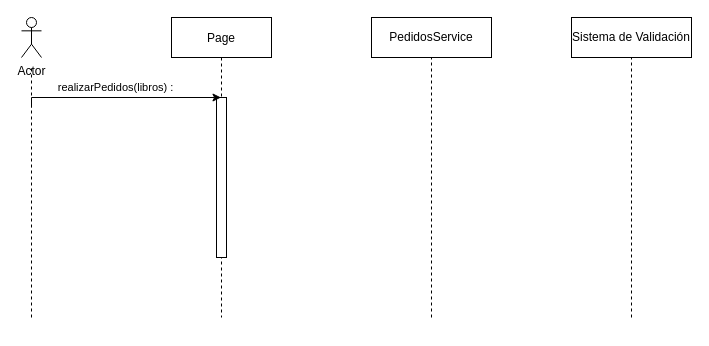
NicoJimenez123/tareas keeps this draw.io diagram as Diagrama sin título.drawio. Above is the earlier version. Source tidied: cells renumbered, new cells numbered last; positions are measured from the earlier drawing's top-left corner, leaving out a move shared by most shapes. Both pictures are drawn from the tidied source at 100%, with x=0, y=0 at pixel (21, 17).
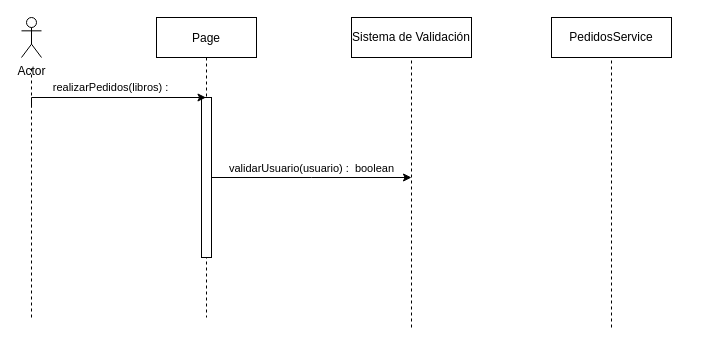
Above is the later version.

Diff of the diagram source:
```diff
@@
 <mxGraphModel>
   <root>
     <mxCell id="0" />
     <mxCell id="1" parent="0" />
     <mxCell id="2" value="Page" style="shape=umlLifeline;perimeter=lifelinePerimeter;rounded=0;shadow=0;strokeWidth=1;" parent="1" vertex="1">
-      <mxGeometry x="150" width="100" height="300" as="geometry" />
+      <mxGeometry x="135" width="100" height="300" as="geometry" />
     </mxCell>
     <mxCell id="3" style="points=[];perimeter=orthogonalPerimeter;rounded=0;shadow=0;strokeWidth=1;" parent="2" vertex="1">
       <mxGeometry x="45" y="80" width="10" height="160" as="geometry" />
     </mxCell>
     <mxCell id="4" value="PedidosService" style="whiteSpace=wrap;html=1;" parent="1" vertex="1">
-      <mxGeometry x="350" width="120" height="40" as="geometry" />
+      <mxGeometry x="530" width="120" height="40" as="geometry" />
     </mxCell>
     <mxCell id="5" style="edgeStyle=orthogonalEdgeStyle;rounded=0;jettySize=auto;html=1;" parent="1" edge="1" target="2">
       <mxGeometry relative="1" as="geometry">
         <mxPoint x="10" y="90" as="sourcePoint" />
         <Array as="points">
           <mxPoint x="10" y="80" />
         </Array>
       </mxGeometry>
     </mxCell>
     <mxCell id="6" value="&lt;div&gt;realizarPedidos(libros) :&lt;/div&gt;" style="edgeLabel;html=1;align=center;verticalAlign=middle;" parent="5" vertex="1">
       <mxGeometry x="-0.37" relative="1" as="geometry">
         <mxPoint x="30" y="-11" as="offset" />
       </mxGeometry>
     </mxCell>
     <mxCell id="7" value="Sistema de Validación" style="whiteSpace=wrap;html=1;" parent="1" vertex="1">
-      <mxGeometry x="550" width="120" height="40" as="geometry" />
+      <mxGeometry x="330" width="120" height="40" as="geometry" />
     </mxCell>
     <mxCell id="8" style="endArrow=none;dashed=1;html=1;rounded=0;entryX=0.5;entryY=1;entryDx=0;entryDy=0;" parent="1" edge="1" target="4">
       <mxGeometry relative="1" as="geometry">
-        <mxPoint x="410" y="300" as="sourcePoint" />
+        <mxPoint x="590" y="310" as="sourcePoint" />
       </mxGeometry>
     </mxCell>
     <mxCell id="9" style="endArrow=none;dashed=1;html=1;rounded=0;entryX=0.5;entryY=1;entryDx=0;entryDy=0;" parent="1" edge="1" target="7">
       <mxGeometry relative="1" as="geometry">
-        <mxPoint x="610" y="300" as="sourcePoint" />
+        <mxPoint x="390" y="310" as="sourcePoint" />
       </mxGeometry>
     </mxCell>
     <mxCell id="10" value="Actor" style="shape=umlActor;verticalLabelPosition=bottom;verticalAlign=top;html=1;" parent="1" vertex="1">
       <mxGeometry width="20" height="40" as="geometry" />
     </mxCell>
     <mxCell id="11" style="endArrow=none;dashed=1;html=1;rounded=0;" parent="1" edge="1">
       <mxGeometry relative="1" as="geometry">
         <mxPoint x="10" y="300" as="sourcePoint" />
         <mxPoint x="10" y="50" as="targetPoint" />
       </mxGeometry>
     </mxCell>
+    <mxCell id="12" style="edgeStyle=orthogonalEdgeStyle;rounded=0;jettySize=auto;html=1;" parent="1" edge="1" source="3">
+      <mxGeometry relative="1" as="geometry">
+        <mxPoint x="390" y="160" as="targetPoint" />
+      </mxGeometry>
+    </mxCell>
+    <mxCell id="13" value="validarUsuario(usuario) :&amp;nbsp; boolean" style="edgeLabel;html=1;align=center;verticalAlign=middle;" parent="12" vertex="1">
+      <mxGeometry x="0.17" y="-3" relative="1" as="geometry">
+        <mxPoint x="-17" y="-13" as="offset" />
+      </mxGeometry>
+    </mxCell>
   </root>
 </mxGraphModel>
```
